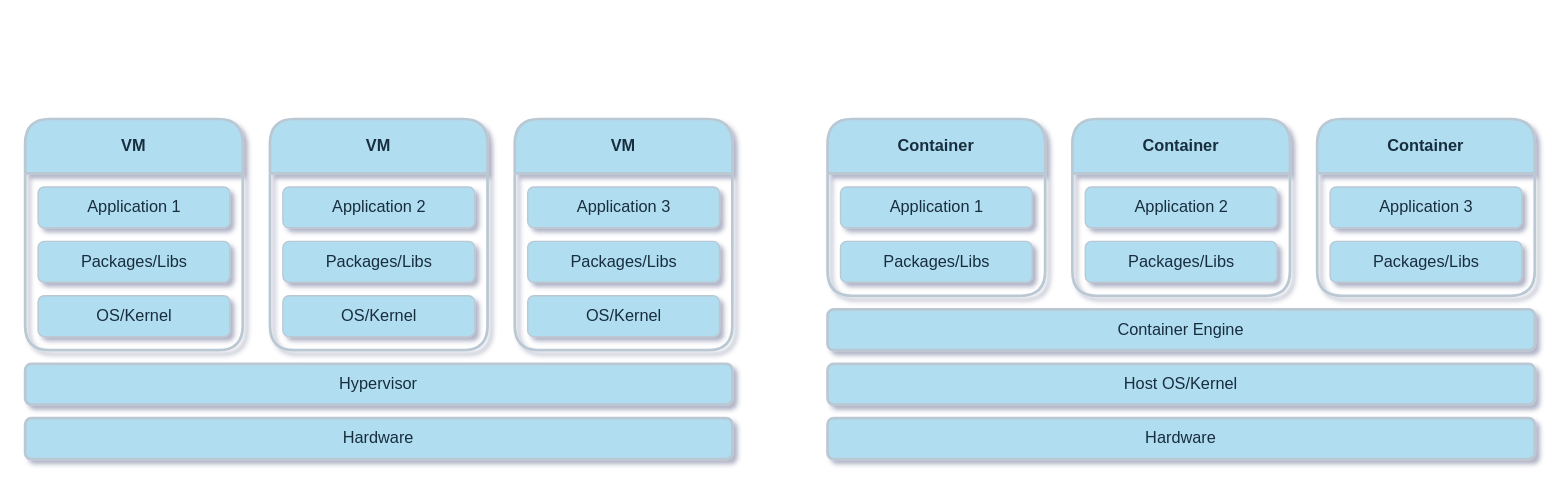
sbmagar13/drawio_diagrams keeps this draw.io diagram as VMvsContainer.drawio. Above is the earlier version. Source tidied: cells renumbered, new cells numbered last; positions are measured from the earlier drawing's top-left corner, leaving out a move shared by most shapes. Both pictures are drawn from the tidied source at 136%, with x=0, y=0 at pixel (24, 118).
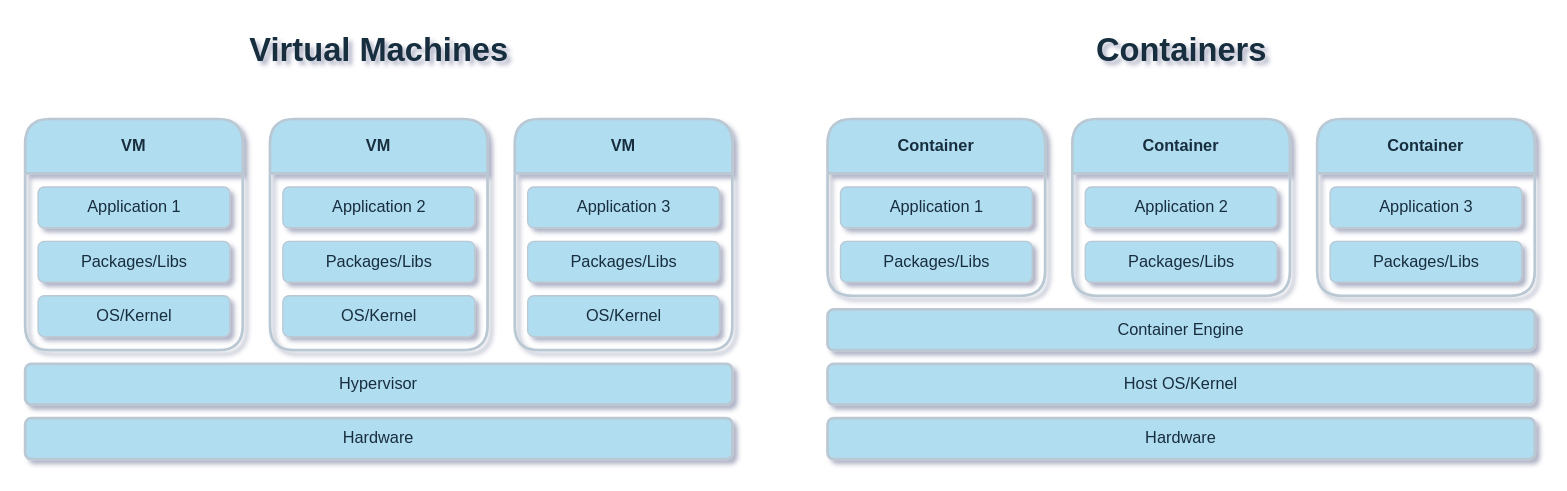
After the change.

What changed in the source:
```diff
@@
+    <mxCell id="28" value="Virtual Machines" style="text;strokeColor=none;fillColor=none;html=1;fontSize=24;fontStyle=1;verticalAlign=middle;align=center;fontColor=#182E3E;" parent="1" vertex="1">
+      <mxGeometry x="145" y="-70" width="230" height="40" as="geometry" />
+    </mxCell>
+    <mxCell id="29" value="Containers" style="text;strokeColor=none;fillColor=none;html=1;fontSize=24;fontStyle=1;verticalAlign=middle;align=center;fontColor=#182E3E;" parent="1" vertex="1">
+      <mxGeometry x="735" y="-70" width="230" height="40" as="geometry" />
+    </mxCell>
```
